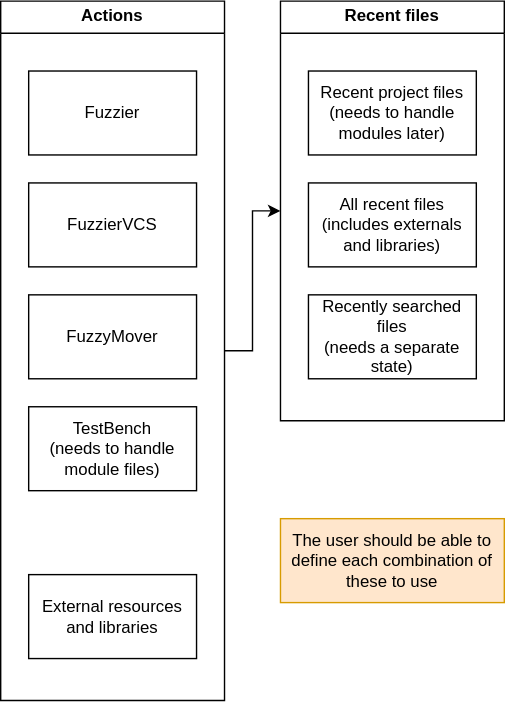
Earlier version of the draw.io export assets/FuzzierSearchPlanning.drawio.svg (MituuZ/fuzzier). Source tidied: cells renumbered, new cells last; positions are measured from the earlier drawing's top-left corner, leaving out a move shared by most shapes.
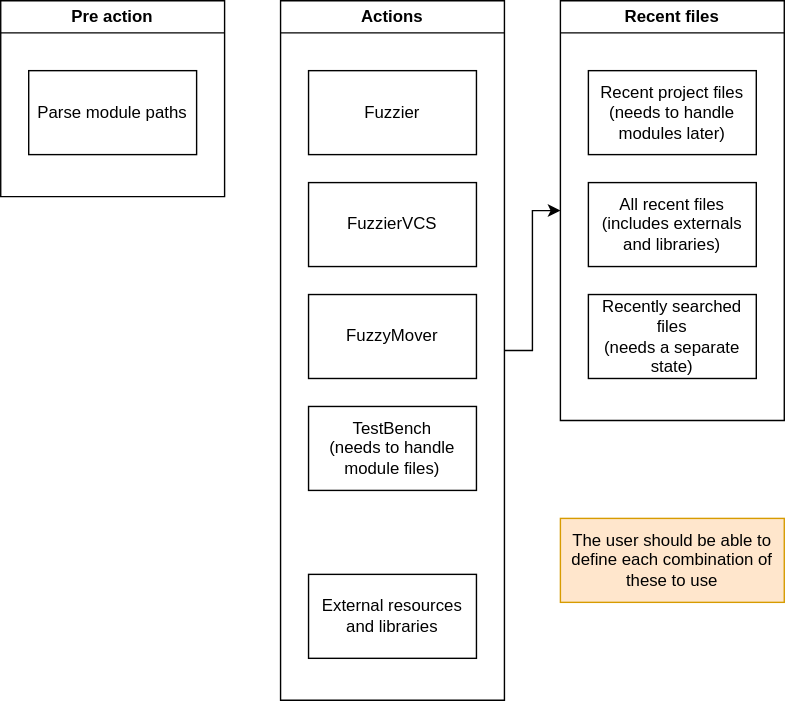
After the commit.

What changed in the source:
```diff
@@ -38,5 +38,11 @@
     <mxCell id="13" value="The user should be able to define each combination of these to use" style="text;html=1;align=center;verticalAlign=middle;whiteSpace=wrap;rounded=0;fillColor=#ffe6cc;strokeColor=#d79b00;" parent="1" vertex="1">
       <mxGeometry x="200" y="370" width="160" height="60" as="geometry" />
     </mxCell>
+    <mxCell id="14" value="Pre action" style="swimlane;whiteSpace=wrap;html=1;" parent="1" vertex="1">
+      <mxGeometry x="-200" width="160" height="140" as="geometry" />
+    </mxCell>
+    <mxCell id="15" value="Parse module paths" style="rounded=0;whiteSpace=wrap;html=1;" parent="14" vertex="1">
+      <mxGeometry x="20" y="50" width="120" height="60" as="geometry" />
+    </mxCell>
   </root>
 </mxGraphModel>
```
